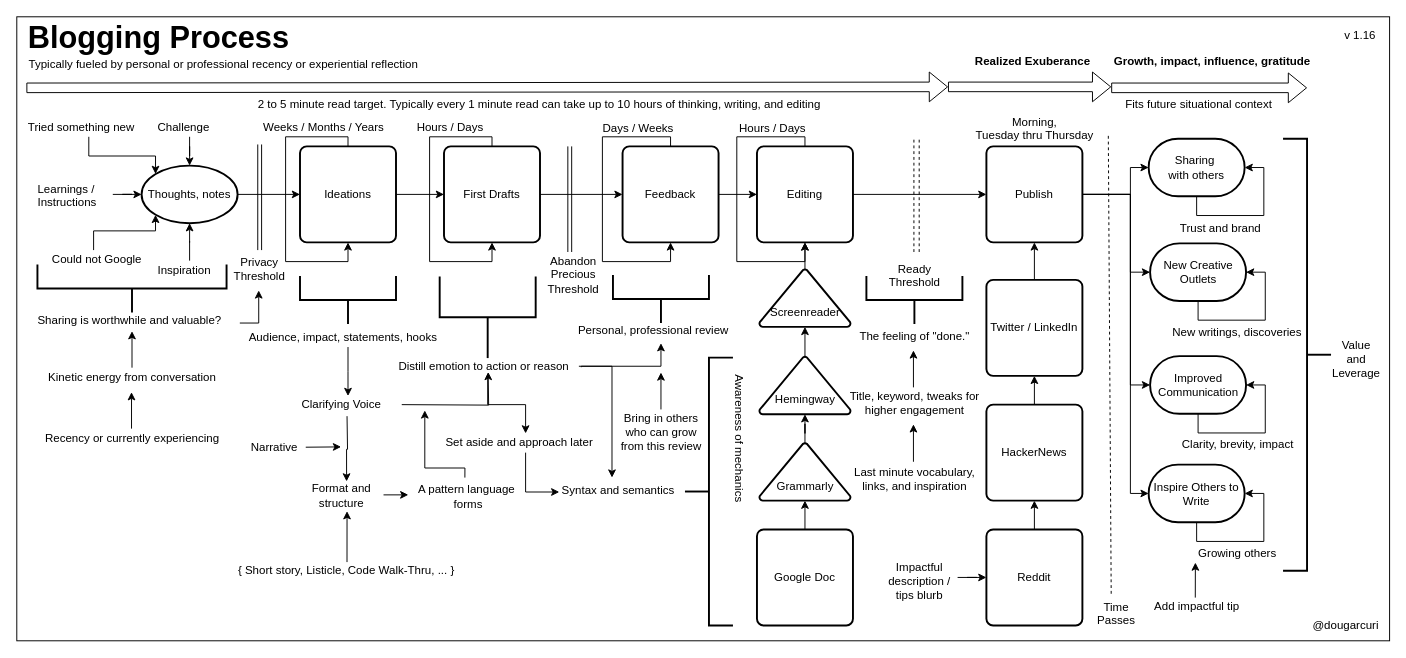
The draw.io diagram mentoring/diagrams/blogging-process.drawio in solidi/learning-notes, before the edit. Source tidied: cells renumbered, new cells numbered last; positions are measured from the earlier drawing's top-left corner, leaving out a move shared by most shapes. Both pictures are drawn from the tidied source at 96%, with x=0, y=0 at pixel (16, 16).
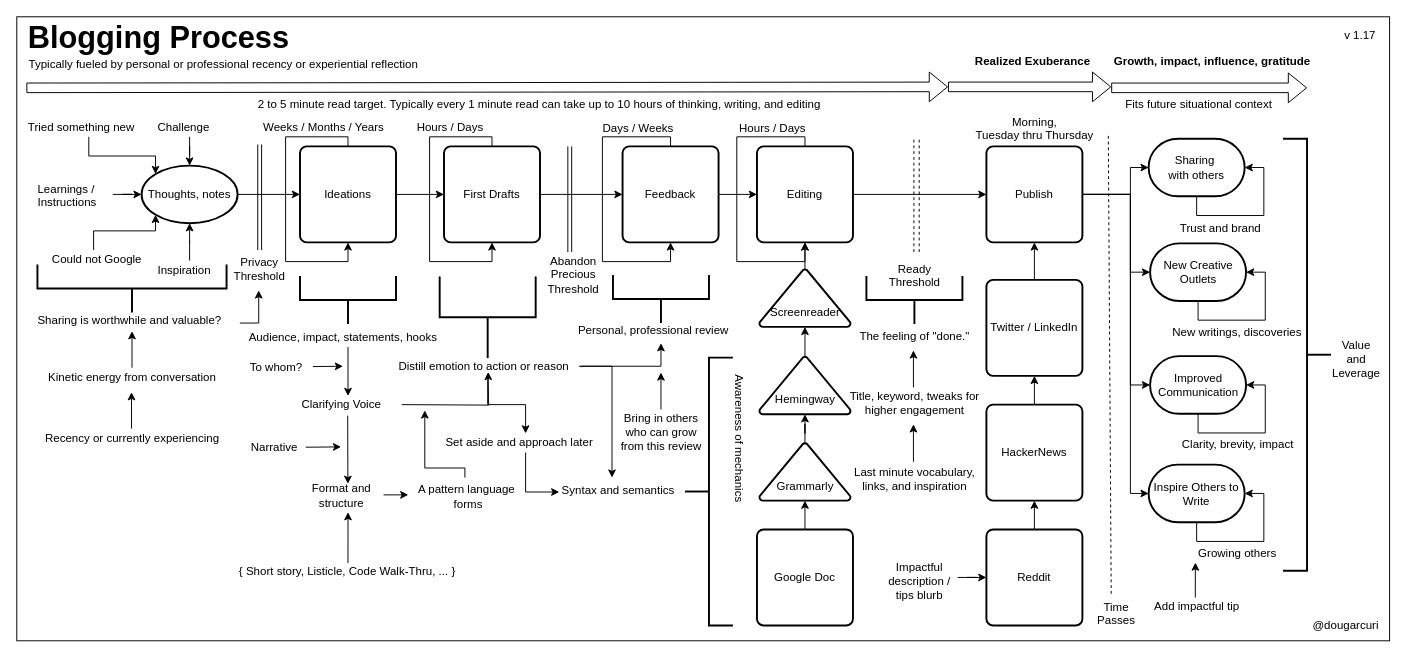
The same diagram, later.

Commit message (it also covers changes not shown here):
Update blog process to 1.17, include "To whom?" in initial writing

The change refers to these unchanged cells:
```xml
<mxCell id="112" value="Format and &lt;br&gt;structure" style="text;html=1;align=center;verticalAlign=middle;points=[];" parent="1" vertex="1">
  <mxGeometry x="298" y="484" width="80" height="30" as="geometry" />
</mxCell>
```

Change to the diagram source:
```diff
@@
-    <mxCell id="113" style="edgeStyle=orthogonalEdgeStyle;rounded=0;jettySize=auto;html=1;entryX=0.569;entryY=0;entryDx=0;entryDy=0;entryPerimeter=0;" parent="1" edge="1" target="112">
-      <mxGeometry relative="1" as="geometry">
-        <mxPoint x="344" y="416" as="sourcePoint" />
-      </mxGeometry>
-    </mxCell>
@@
-    <mxCell id="116" style="edgeStyle=orthogonalEdgeStyle;rounded=0;jettySize=auto;html=1;exitX=0.504;exitY=0.075;exitDx=0;exitDy=0;entryX=0.575;entryY=1.033;entryDx=0;entryDy=0;entryPerimeter=0;exitPerimeter=0;" parent="1" edge="1" source="117" target="112">
-      <mxGeometry relative="1" as="geometry" />
+    <mxCell id="116" style="edgeStyle=orthogonalEdgeStyle;rounded=0;jettySize=auto;html=1;exitX=0.504;exitY=0.075;exitDx=0;exitDy=0;entryX=0.575;entryY=1.033;entryDx=0;entryDy=0;entryPerimeter=0;exitPerimeter=0;" parent="1" edge="1" source="117">
+      <mxGeometry relative="1" as="geometry">
+        <mxPoint x="345" y="516" as="targetPoint" />
+      </mxGeometry>
     </mxCell>
     <mxCell id="117" value="{ Short story, Listicle, Code Walk-Thru, ... }" style="text;html=1;align=center;verticalAlign=middle;points=[];" parent="1" vertex="1">
-      <mxGeometry x="223" y="566.5" width="240" height="20" as="geometry" />
+      <mxGeometry x="224" y="567.5" width="240" height="20" as="geometry" />
     </mxCell>
@@
-    <mxCell id="122" value="v 1.16" style="text;html=1;align=center;verticalAlign=middle;" parent="1" vertex="1">
+    <mxCell id="122" value="v 1.17" style="text;html=1;align=center;verticalAlign=middle;" parent="1" vertex="1">
       <mxGeometry x="1374" y="10" width="50" height="20" as="geometry" />
     </mxCell>
@@
+    <mxCell id="130" value="To whom?" style="text;html=1;align=center;verticalAlign=middle;points=[];" parent="1" vertex="1">
+      <mxGeometry x="235" y="355" width="70" height="20" as="geometry" />
+    </mxCell>
+    <mxCell id="131" style="endArrow=classic;html=1;exitX=1.05;exitY=0.467;exitDx=0;exitDy=0;exitPerimeter=0;entryX=-0.018;entryY=0.433;entryDx=0;entryDy=0;entryPerimeter=0;" parent="1" edge="1" source="130">
+      <mxGeometry relative="1" as="geometry">
+        <mxPoint x="339.8" y="364" as="targetPoint" />
+      </mxGeometry>
+    </mxCell>
+    <mxCell id="132" style="edgeStyle=orthogonalEdgeStyle;rounded=0;orthogonalLoop=1;jettySize=auto;html=1;" parent="1" edge="1">
+      <mxGeometry relative="1" as="geometry">
+        <mxPoint x="344.7" y="415.5" as="sourcePoint" />
+        <mxPoint x="344.9" y="486.5" as="targetPoint" />
+        <Array as="points">
+          <mxPoint x="344.7" y="425.5" />
+          <mxPoint x="344.7" y="425.5" />
+        </Array>
+      </mxGeometry>
+    </mxCell>
```
